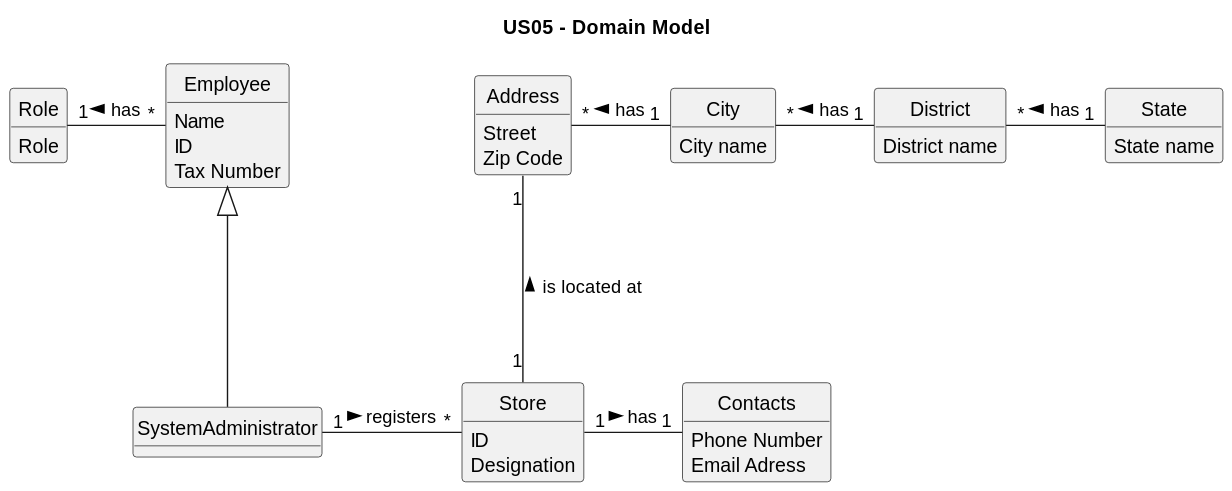
The PlantUML diagram docs/sprintB/US05/02.analysis/svg/us05-domain-model.svg in PureNimble/ISEP-LAPR2, before a commit.
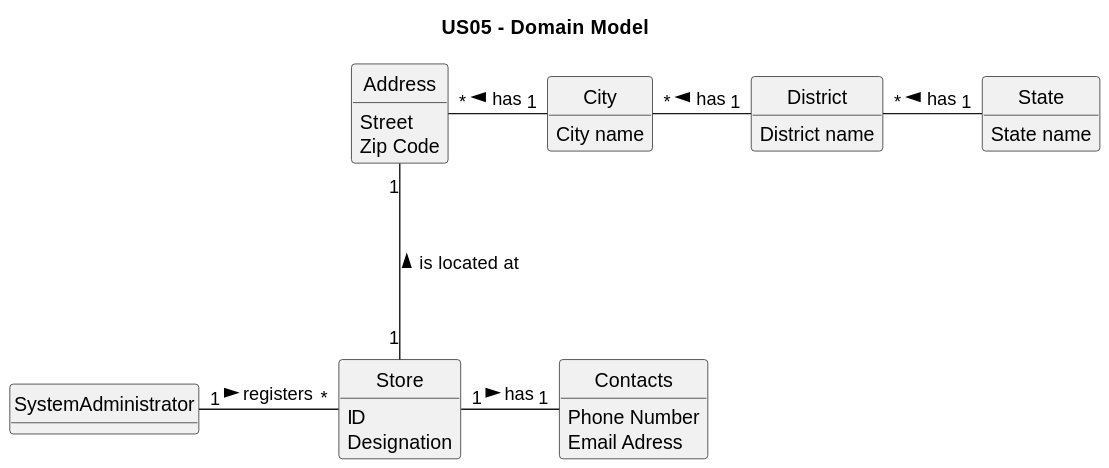
After the commit.

Diff of the diagram source:
```diff
@@ -13,17 +13,6 @@
 class SystemAdministrator {
 
 }
-
-class Employee {
-    Name
-    ID
-    Tax Number
-}
-
-class Role {
-    Role
-}
-
 
 class Contacts {
     Phone Number
@@ -58,8 +47,5 @@
 State "1" -left-- "*" District : has >
 District "1" -left-- "*" City : has >
 City "1" -left-- "*" Address : has >
-Employee "*" -left-- "1" Role : has >
-
-Employee <|--- SystemAdministrator
 
 @enduml
```
